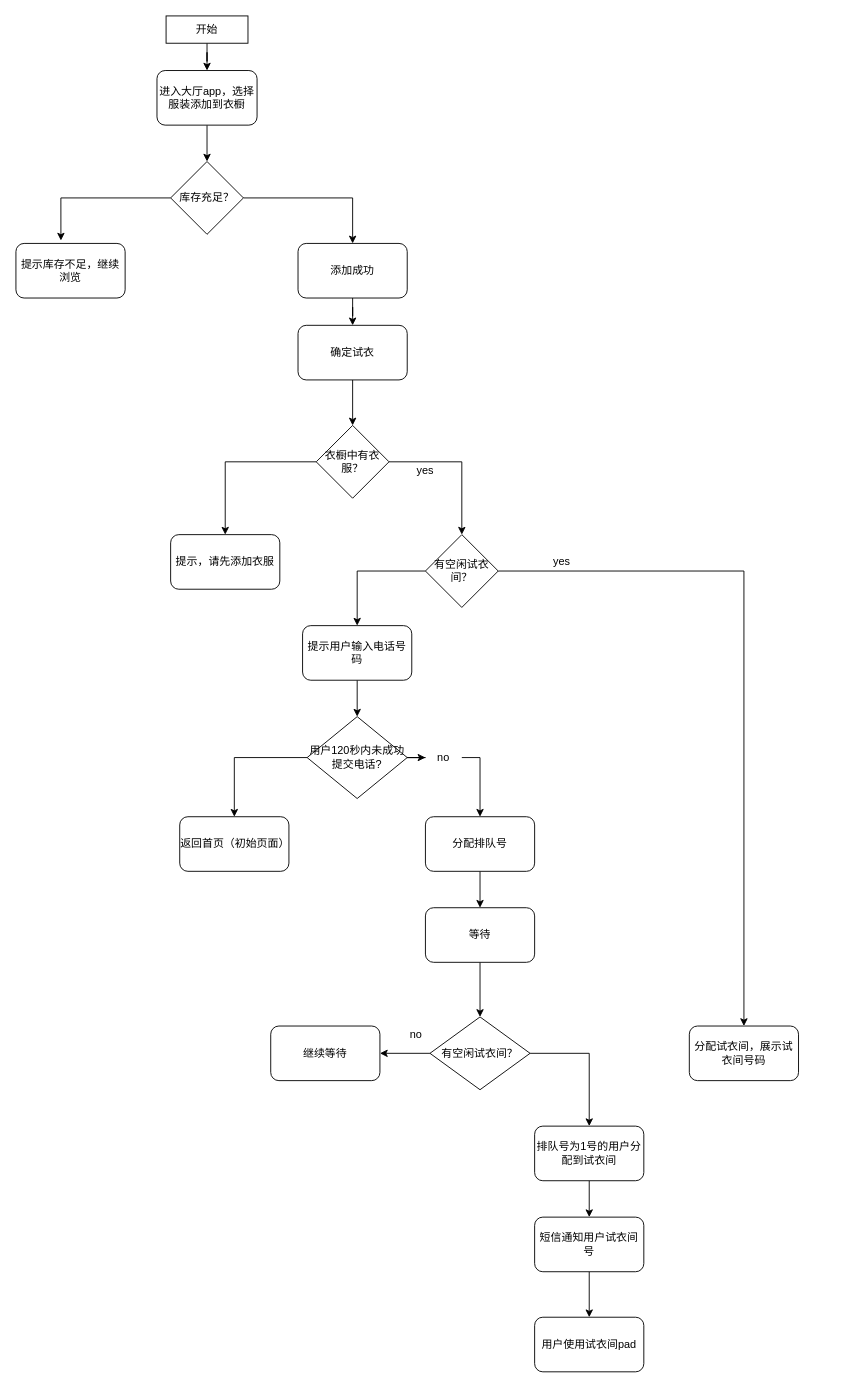
Above: 悦衣-try.drawio in xzm-hey/flow-diagram (draw.io), before the change. Source tidied: cells renumbered, new cells numbered last; positions are measured from the earlier drawing's top-left corner, leaving out a move shared by most shapes. Both pictures are drawn from the tidied source at 91%, with x=0, y=0 at pixel (15, 15).
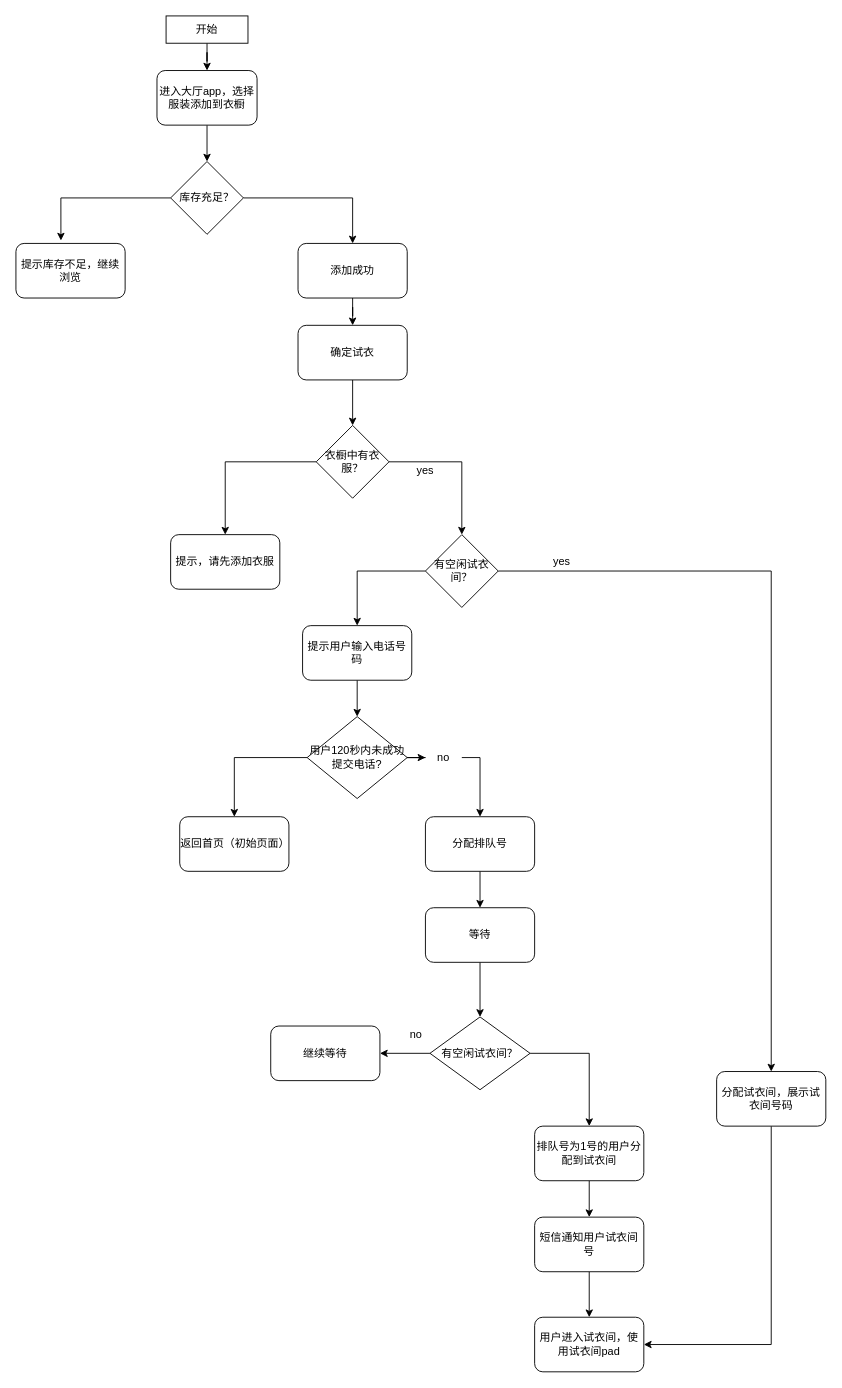
The same page after the edit.

The edit, as a diff of the source:
```diff
@@
+    <mxCell id="46" style="edgeStyle=orthogonalEdgeStyle;rounded=0;jettySize=auto;html=1;" parent="1" edge="1" source="21" target="45">
+      <mxGeometry relative="1" as="geometry">
+        <Array as="points">
+          <mxPoint x="830" y="1460" />
+        </Array>
+      </mxGeometry>
+    </mxCell>
     <mxCell id="21" value="分配试衣间，展示试衣间号码" style="rounded=1;whiteSpace=wrap;html=1;" parent="1" vertex="1">
-      <mxGeometry x="740" y="1110" width="120" height="60" as="geometry" />
+      <mxGeometry x="770" y="1160" width="120" height="60" as="geometry" />
     </mxCell>
@@
-    <mxCell id="45" value="用户使用试衣间pad" style="whiteSpace=wrap;html=1;rounded=1;" parent="1" vertex="1">
+    <mxCell id="45" value="用户进入试衣间，使用试衣间pad" style="whiteSpace=wrap;html=1;rounded=1;" parent="1" vertex="1">
       <mxGeometry x="570" y="1430" width="120" height="60" as="geometry" />
     </mxCell>
```
